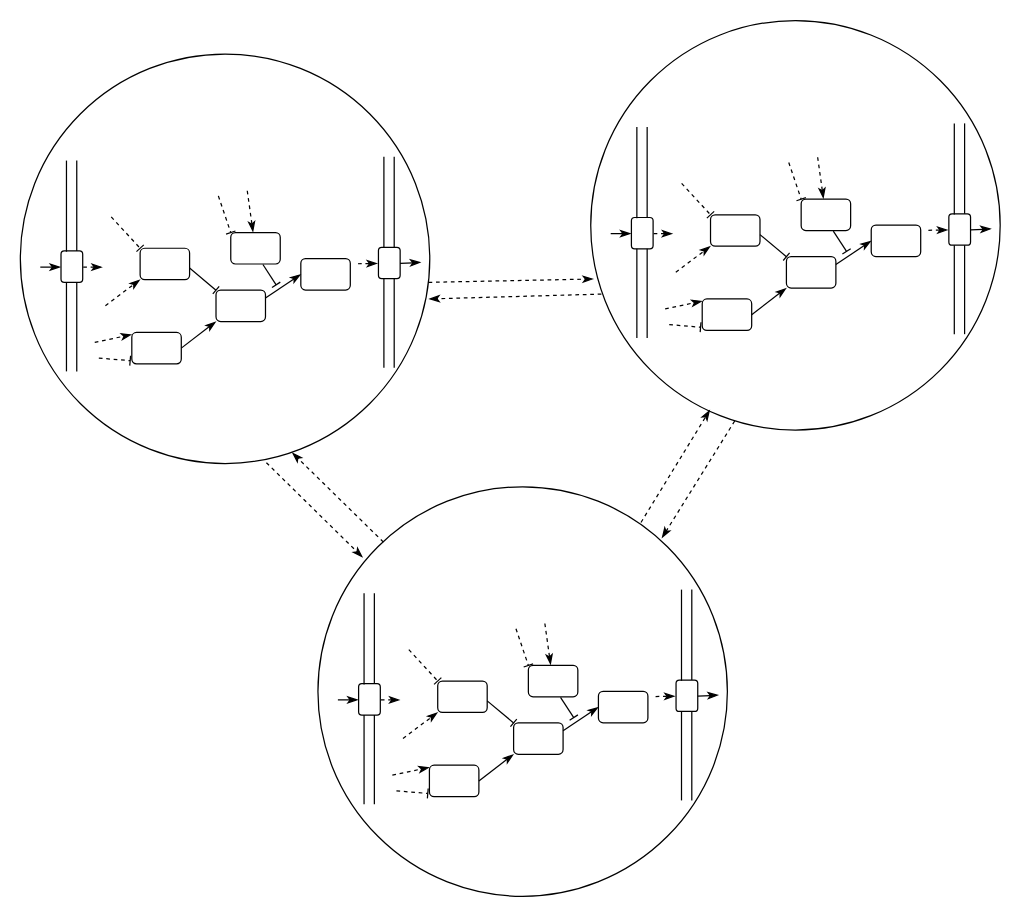
josura/c2c-sepia keeps this draw.io diagram as docs/c2c-sepia-visual.drawio. Above is the earlier version. Source tidied: cells renumbered, new cells numbered last; positions are measured from the earlier drawing's top-left corner, leaving out a move shared by most shapes. Both pictures are drawn from the tidied source at 124%, with x=0, y=0 at pixel (20, 20).
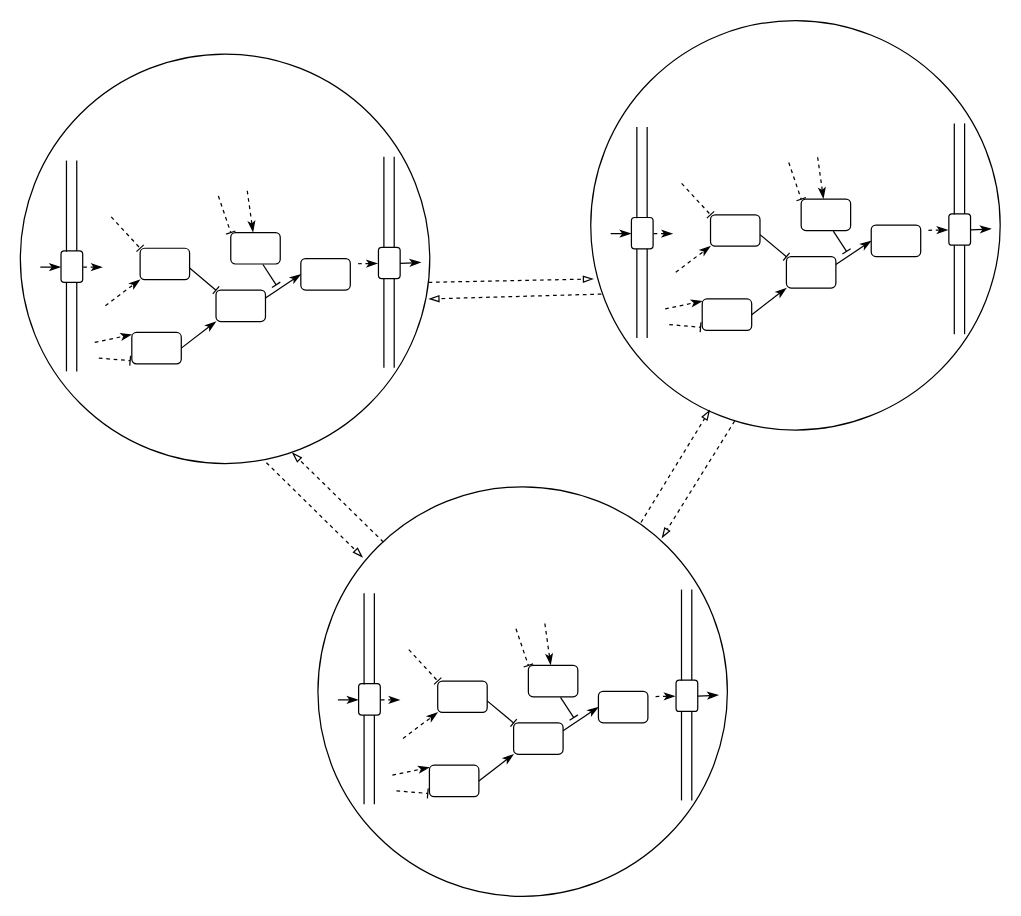
After the change.

The change refers to these unchanged cells:
```xml
<mxCell id="26" style="ellipse;whiteSpace=wrap;html=1;fillColor=none;" parent="10" vertex="1">
  <mxGeometry x="-60" y="-110.2" width="330.2" height="330.2" as="geometry" />
</mxCell>
<mxCell id="58" style="ellipse;whiteSpace=wrap;html=1;fillColor=none;" parent="42" vertex="1">
  <mxGeometry x="-60" y="-110.2" width="330.2" height="330.2" as="geometry" />
</mxCell>
<mxCell id="90" style="ellipse;whiteSpace=wrap;html=1;fillColor=none;" parent="74" vertex="1">
  <mxGeometry x="-60" y="-110.2" width="330.2" height="330.2" as="geometry" />
</mxCell>
```

What changed in the source:
```diff
@@
-    <mxCell id="2" style="edgeStyle=none;rounded=0;jettySize=auto;html=1;exitX=0.601;exitY=0.998;exitDx=0;exitDy=0;dashed=1;endArrow=classicThin;endFill=1;exitPerimeter=0;" parent="1" edge="1" source="26">
+    <mxCell id="2" style="edgeStyle=none;rounded=0;jettySize=auto;html=1;exitX=0.601;exitY=0.998;exitDx=0;exitDy=0;dashed=1;endArrow=blockThin;endFill=0;exitPerimeter=0;" parent="1" edge="1" source="26">
       <mxGeometry relative="1" as="geometry">
         <mxPoint x="276" y="433" as="targetPoint" />
       </mxGeometry>
     </mxCell>
-    <mxCell id="3" style="edgeStyle=none;rounded=0;jettySize=auto;html=1;exitX=0.16;exitY=0.135;exitDx=0;exitDy=0;entryX=0.6;entryY=0.999;entryDx=0;entryDy=0;entryPerimeter=0;dashed=1;endArrow=classicThin;endFill=1;exitPerimeter=0;" parent="1" edge="1" source="90">
+    <mxCell id="3" style="edgeStyle=none;rounded=0;jettySize=auto;html=1;exitX=0.16;exitY=0.135;exitDx=0;exitDy=0;entryX=0.6;entryY=0.999;entryDx=0;entryDy=0;entryPerimeter=0;dashed=1;endArrow=blockThin;endFill=0;exitPerimeter=0;" parent="1" edge="1" source="90">
       <mxGeometry relative="1" as="geometry">
         <mxPoint x="219.1" y="348.5" as="targetPoint" />
       </mxGeometry>
     </mxCell>
-    <mxCell id="4" style="edgeStyle=none;rounded=0;jettySize=auto;html=1;exitX=0.789;exitY=0.087;exitDx=0;exitDy=0;entryX=0.291;entryY=0.951;entryDx=0;entryDy=0;entryPerimeter=0;dashed=1;endArrow=classicThin;endFill=1;exitPerimeter=0;" parent="1" edge="1" source="90" target="58">
+    <mxCell id="4" style="edgeStyle=none;rounded=0;jettySize=auto;html=1;exitX=0.789;exitY=0.087;exitDx=0;exitDy=0;entryX=0.291;entryY=0.951;entryDx=0;entryDy=0;entryPerimeter=0;dashed=1;endArrow=blockThin;endFill=0;exitPerimeter=0;strokeWidth=1;" parent="1" edge="1" source="90" target="58">
       <mxGeometry relative="1" as="geometry" />
     </mxCell>
-    <mxCell id="5" style="edgeStyle=none;rounded=0;jettySize=auto;html=1;exitX=0.026;exitY=0.668;exitDx=0;exitDy=0;entryX=1.001;entryY=0.549;entryDx=0;entryDy=0;entryPerimeter=0;dashed=1;endArrow=classicThin;endFill=1;exitPerimeter=0;" parent="1" edge="1" source="58">
+    <mxCell id="5" style="edgeStyle=none;rounded=0;jettySize=auto;html=1;exitX=0.026;exitY=0.668;exitDx=0;exitDy=0;entryX=1.001;entryY=0.549;entryDx=0;entryDy=0;entryPerimeter=0;dashed=1;endArrow=blockThin;endFill=0;exitPerimeter=0;" parent="1" edge="1" source="58">
       <mxGeometry relative="1" as="geometry">
         <mxPoint x="329.4" y="224.6" as="targetPoint" />
       </mxGeometry>
     </mxCell>
-    <mxCell id="6" style="edgeStyle=none;rounded=0;orthogonalLoop=1;jettySize=auto;html=1;exitX=1;exitY=0.5;exitDx=0;exitDy=0;entryX=-0.003;entryY=0.454;entryDx=0;entryDy=0;entryPerimeter=0;dashed=1;endArrow=classicThin;endFill=1;" parent="1" edge="1">
+    <mxCell id="6" style="edgeStyle=none;rounded=0;orthogonalLoop=1;jettySize=auto;html=1;exitX=1;exitY=0.5;exitDx=0;exitDy=0;entryX=-0.003;entryY=0.454;entryDx=0;entryDy=0;entryPerimeter=0;dashed=1;endArrow=blockThin;endFill=0;" parent="1" edge="1">
       <mxGeometry relative="1" as="geometry">
         <mxPoint x="329.1" y="211.2" as="sourcePoint" />
         <mxPoint x="462.1" y="208.5" as="targetPoint" />
       </mxGeometry>
     </mxCell>
@@
-    <mxCell id="103" style="edgeStyle=none;rounded=0;jettySize=auto;html=1;entryX=0.84;entryY=0.125;entryDx=0;entryDy=0;entryPerimeter=0;dashed=1;endArrow=classicThin;endFill=1;" parent="1" edge="1" target="90">
+    <mxCell id="103" style="edgeStyle=none;rounded=0;jettySize=auto;html=1;entryX=0.84;entryY=0.125;entryDx=0;entryDy=0;entryPerimeter=0;dashed=1;endArrow=blockThin;endFill=0;" parent="1" edge="1" target="90">
       <mxGeometry relative="1" as="geometry">
         <mxPoint x="576" y="323" as="sourcePoint" />
       </mxGeometry>
     </mxCell>
```
